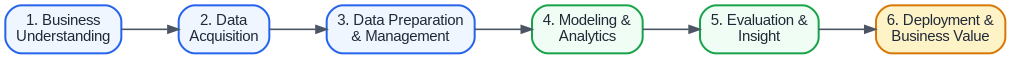
Earlier version of the Graphviz export uas/crisp_dm.png (gadingnst/project-data-science). Its source is kept beside it as uas/crisp_dm.dot.
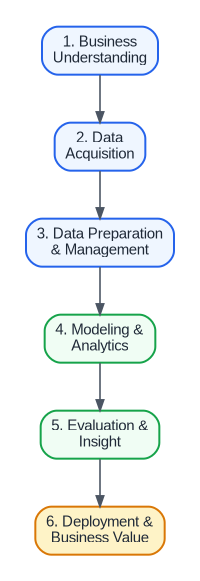
After the commit.

Commit message:
[Nouva] style(diagram): layout CRISP-DM flowchart into 2 rows (3 steps top, 3 steps bottom)

Diff of the diagram source:
```diff
@@ -1,19 +1,25 @@
 digraph CRISP_DM {
-    graph [rankdir=LR, bgcolor="#ffffff", fontname="Helvetica,Arial,sans-serif", nodesep=0.5, ranksep=0.6];
+    graph [bgcolor="#ffffff", fontname="Helvetica,Arial,sans-serif", nodesep=0.6, ranksep=0.5];
     node [shape=box, style="filled,rounded", fontname="Helvetica,Arial,sans-serif", fontsize=11, fontcolor="#1F2937", penwidth=1.5];
     edge [fontname="Helvetica,Arial,sans-serif", fontsize=9, color="#4B5563", penwidth=1.2, arrowsize=0.8];
 
-    node [fillcolor="#EFF6FF", color="#2563EB"]
-    step1 [label="1. Business\nUnderstanding"];
-    step2 [label="2. Data\nAcquisition"];
-    step3 [label="3. Data Preparation\n& Management"];
+    subgraph cluster_top {
+        color=white;
+        rank=same;
+        step1 [label="1. Business\nUnderstanding", fillcolor="#EFF6FF", color="#2563EB"];
+        step2 [label="2. Data\nAcquisition", fillcolor="#EFF6FF", color="#2563EB"];
+        step3 [label="3. Data Preparation\n& Management", fillcolor="#EFF6FF", color="#2563EB"];
+    }
 
-    node [fillcolor="#F0FDF4", color="#16A34A"]
-    step4 [label="4. Modeling &\nAnalytics"];
-    step5 [label="5. Evaluation &\nInsight"];
+    subgraph cluster_bottom {
+        color=white;
+        rank=same;
+        step4 [label="4. Modeling &\nAnalytics", fillcolor="#F0FDF4", color="#16A34A"];
+        step5 [label="5. Evaluation &\nInsight", fillcolor="#F0FDF4", color="#16A34A"];
+        step6 [label="6. Deployment &\nBusiness Value", fillcolor="#FEF3C7", color="#D97706"];
+    }
 
-    node [fillcolor="#FEF3C7", color="#D97706"]
-    step6 [label="6. Deployment &\nBusiness Value"];
-
-    step1 -> step2 -> step3 -> step4 -> step5 -> step6;
+    step1 -> step2 -> step3;
+    step3 -> step4;
+    step4 -> step5 -> step6;
 }
```
